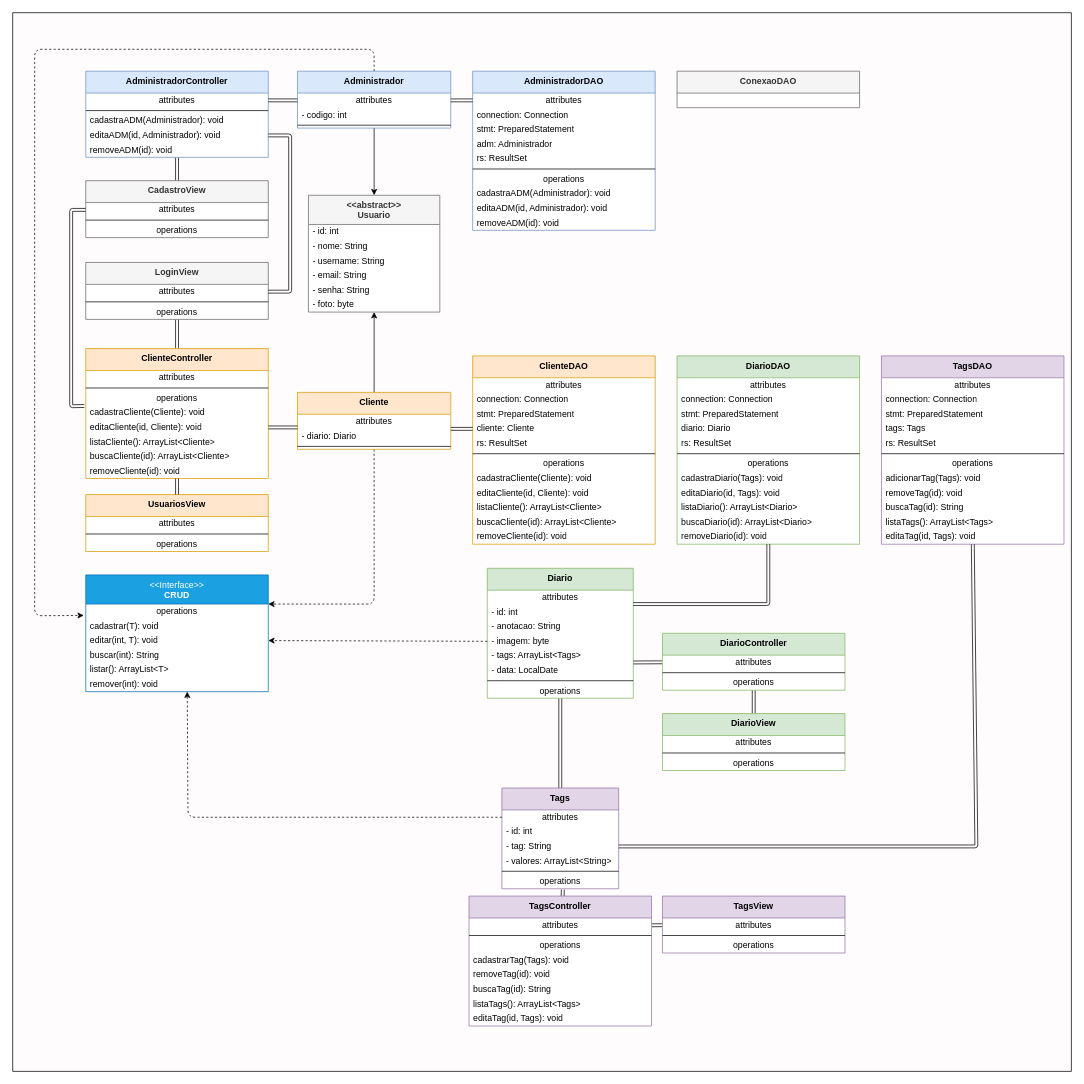
The draw.io diagram Documentação/diagramaUML.drawio in laisvarela/DiarioProjeto, before the edit. Source tidied: cells renumbered, new cells numbered last; positions are measured from the earlier drawing's top-left corner, leaving out a move shared by most shapes. Both pictures are drawn from the tidied source at 73%, with x=0, y=0 at pixel (12, 12).
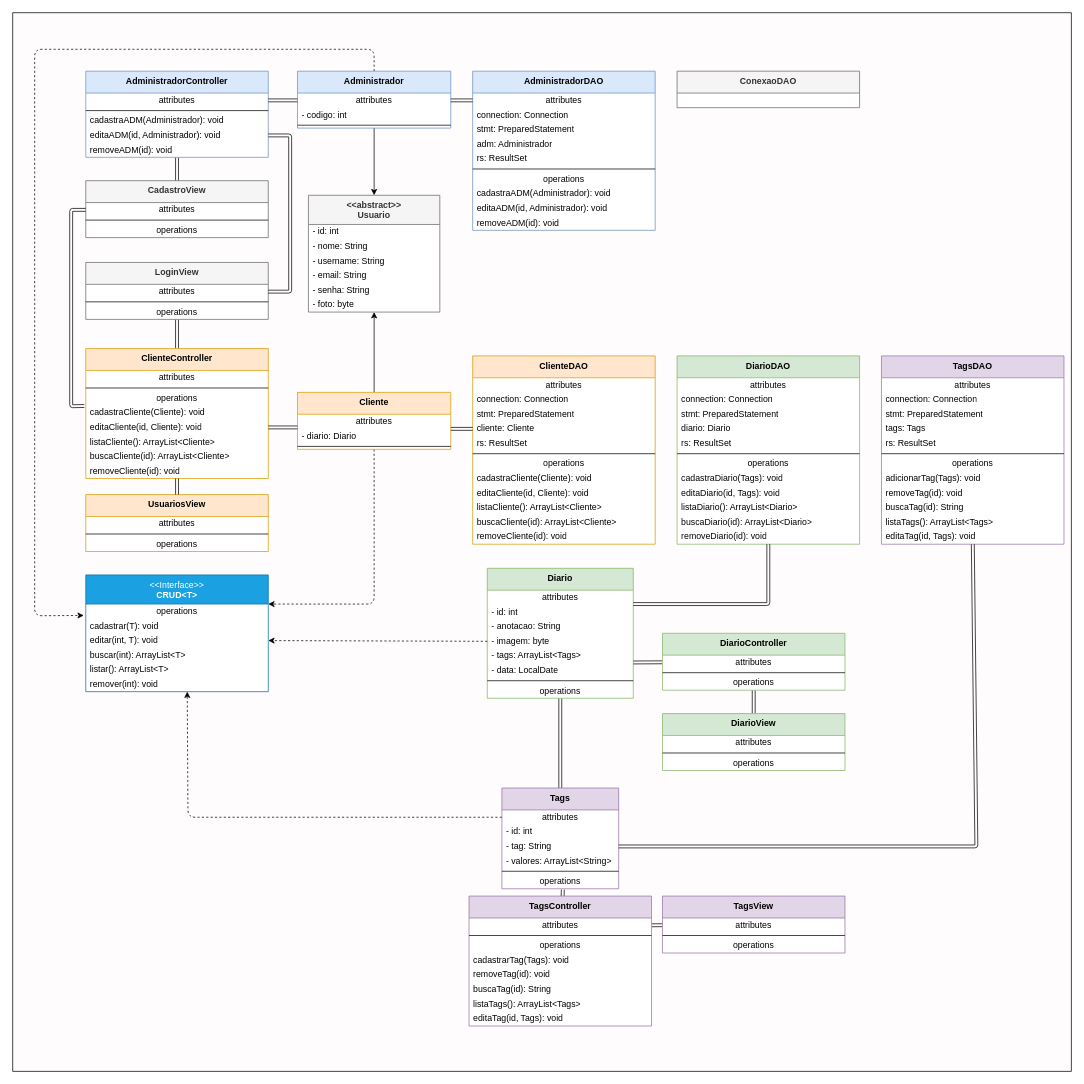
The same diagram, later.

What changed in the source:
```diff
@@
-    <mxCell id="151" value="&lt;div&gt;&lt;span style=&quot;background-color: transparent;&quot;&gt;&amp;lt;&amp;lt;Interface&amp;gt;&amp;gt;&lt;/span&gt;&lt;/div&gt;&lt;div&gt;&lt;b&gt;CRUD&lt;/b&gt;&lt;/div&gt;" style="swimlane;fontStyle=0;align=center;verticalAlign=top;horizontal=1;startSize=40;html=1;whiteSpace=wrap;fillColor=#1ba1e2;strokeColor=#006EAF;swimlaneFillColor=default;fontColor=#ffffff;" parent="1" vertex="1">
+    <mxCell id="151" value="&lt;div&gt;&lt;span style=&quot;background-color: transparent;&quot;&gt;&amp;lt;&amp;lt;Interface&amp;gt;&amp;gt;&lt;/span&gt;&lt;/div&gt;&lt;div&gt;&lt;b&gt;CRUD&amp;lt;T&amp;gt;&lt;/b&gt;&lt;/div&gt;" style="swimlane;fontStyle=0;align=center;verticalAlign=top;horizontal=1;startSize=40;html=1;whiteSpace=wrap;fillColor=#1ba1e2;strokeColor=#006EAF;swimlaneFillColor=default;fontColor=#ffffff;" parent="1" vertex="1">
       <mxGeometry x="100" y="770" width="250" height="160" as="geometry" />
     </mxCell>
@@
-    <mxCell id="155" value="buscar(int): String" style="text;html=1;strokeColor=none;fillColor=none;align=left;verticalAlign=middle;spacingLeft=4;spacingRight=4;overflow=hidden;whiteSpace=wrap;" parent="151" vertex="1">
+    <mxCell id="155" value="buscar(int): ArrayList&amp;lt;T&amp;gt;" style="text;html=1;strokeColor=none;fillColor=none;align=left;verticalAlign=middle;spacingLeft=4;spacingRight=4;overflow=hidden;whiteSpace=wrap;" parent="151" vertex="1">
       <mxGeometry y="100" width="250" height="20" as="geometry" />
     </mxCell>
```
